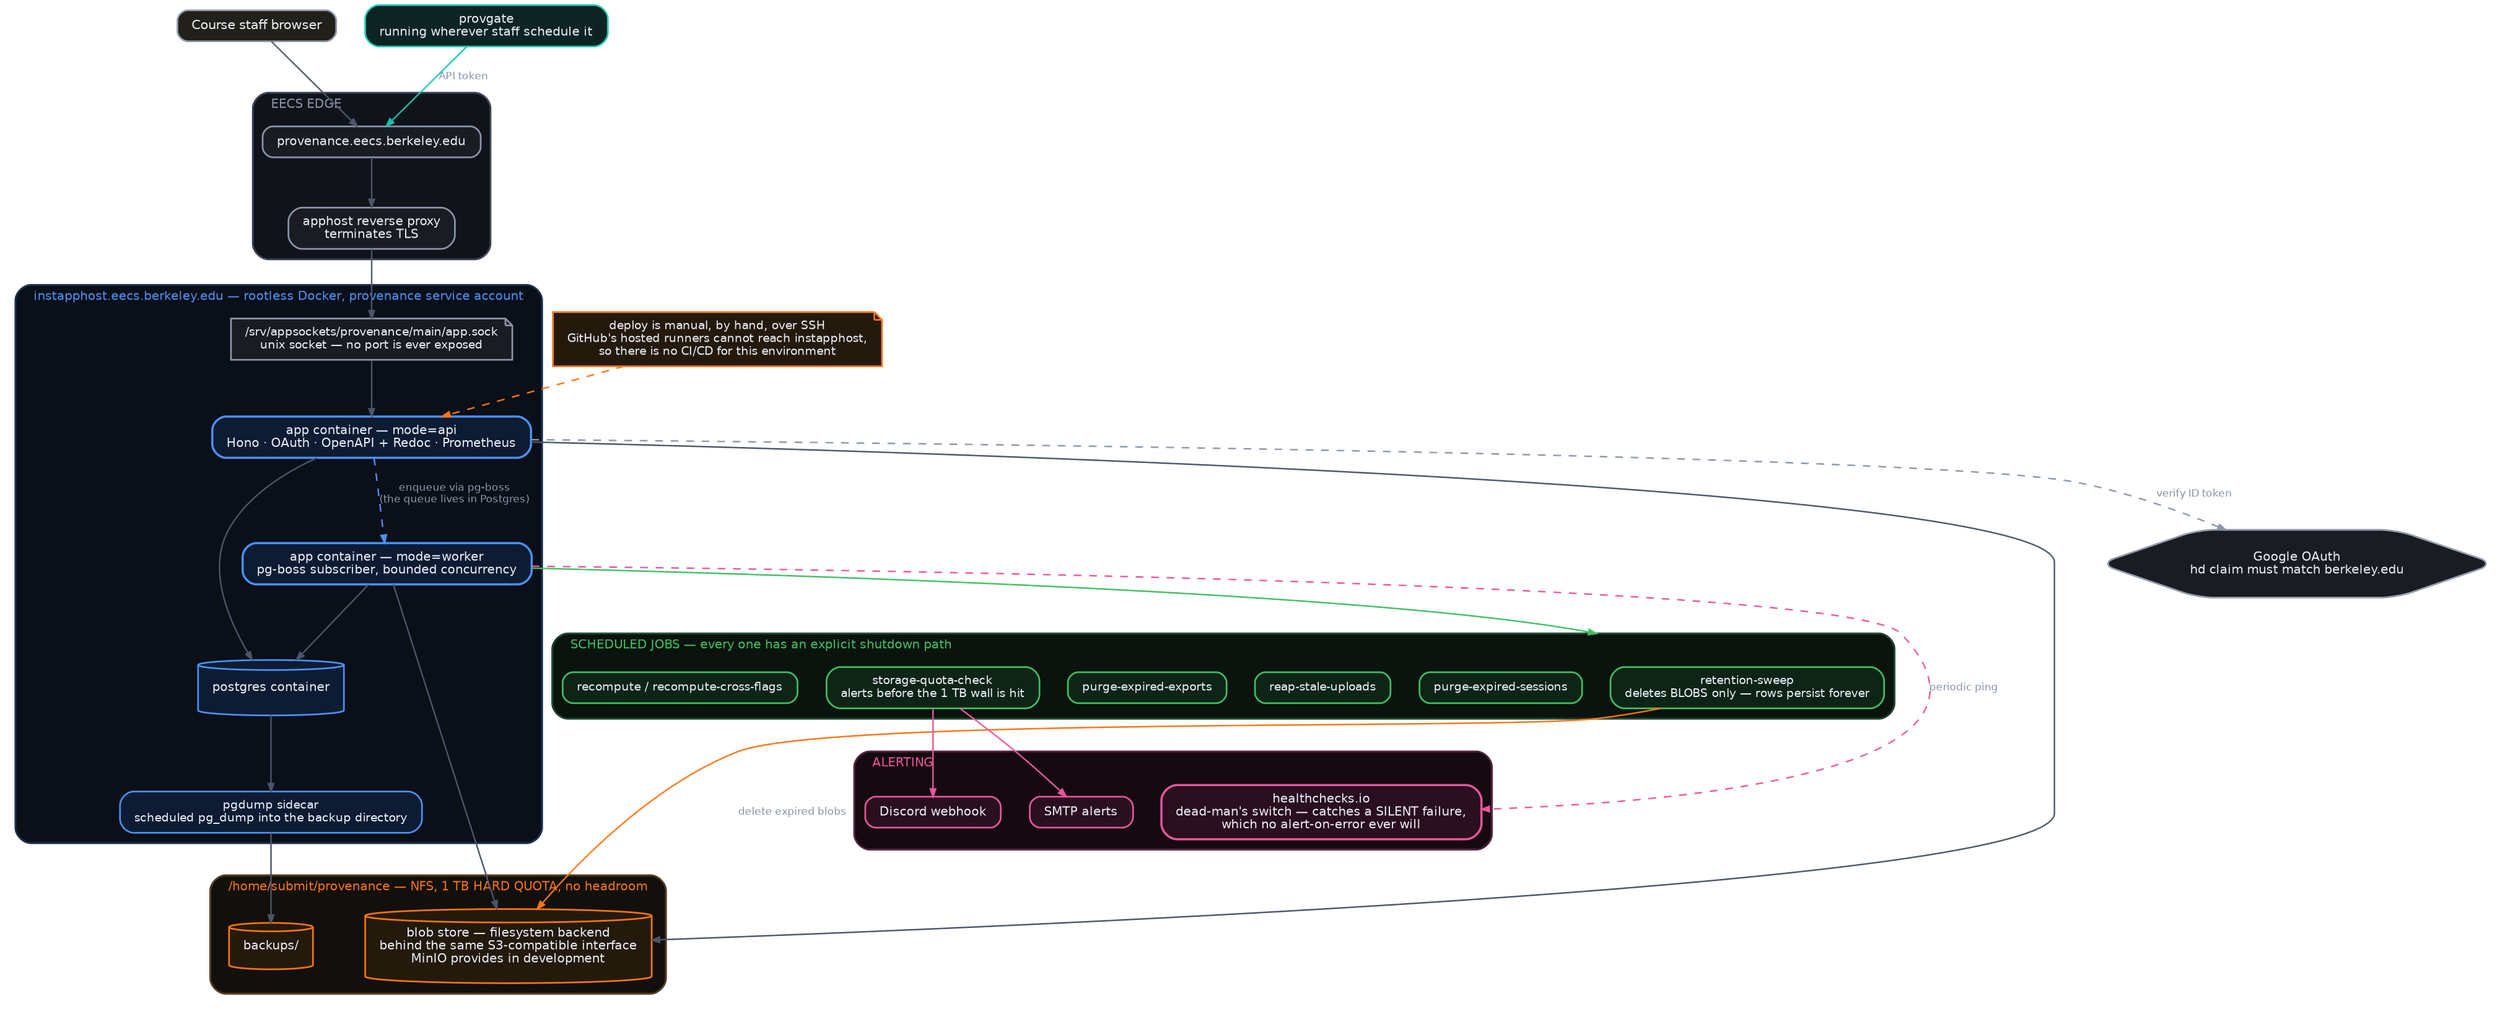
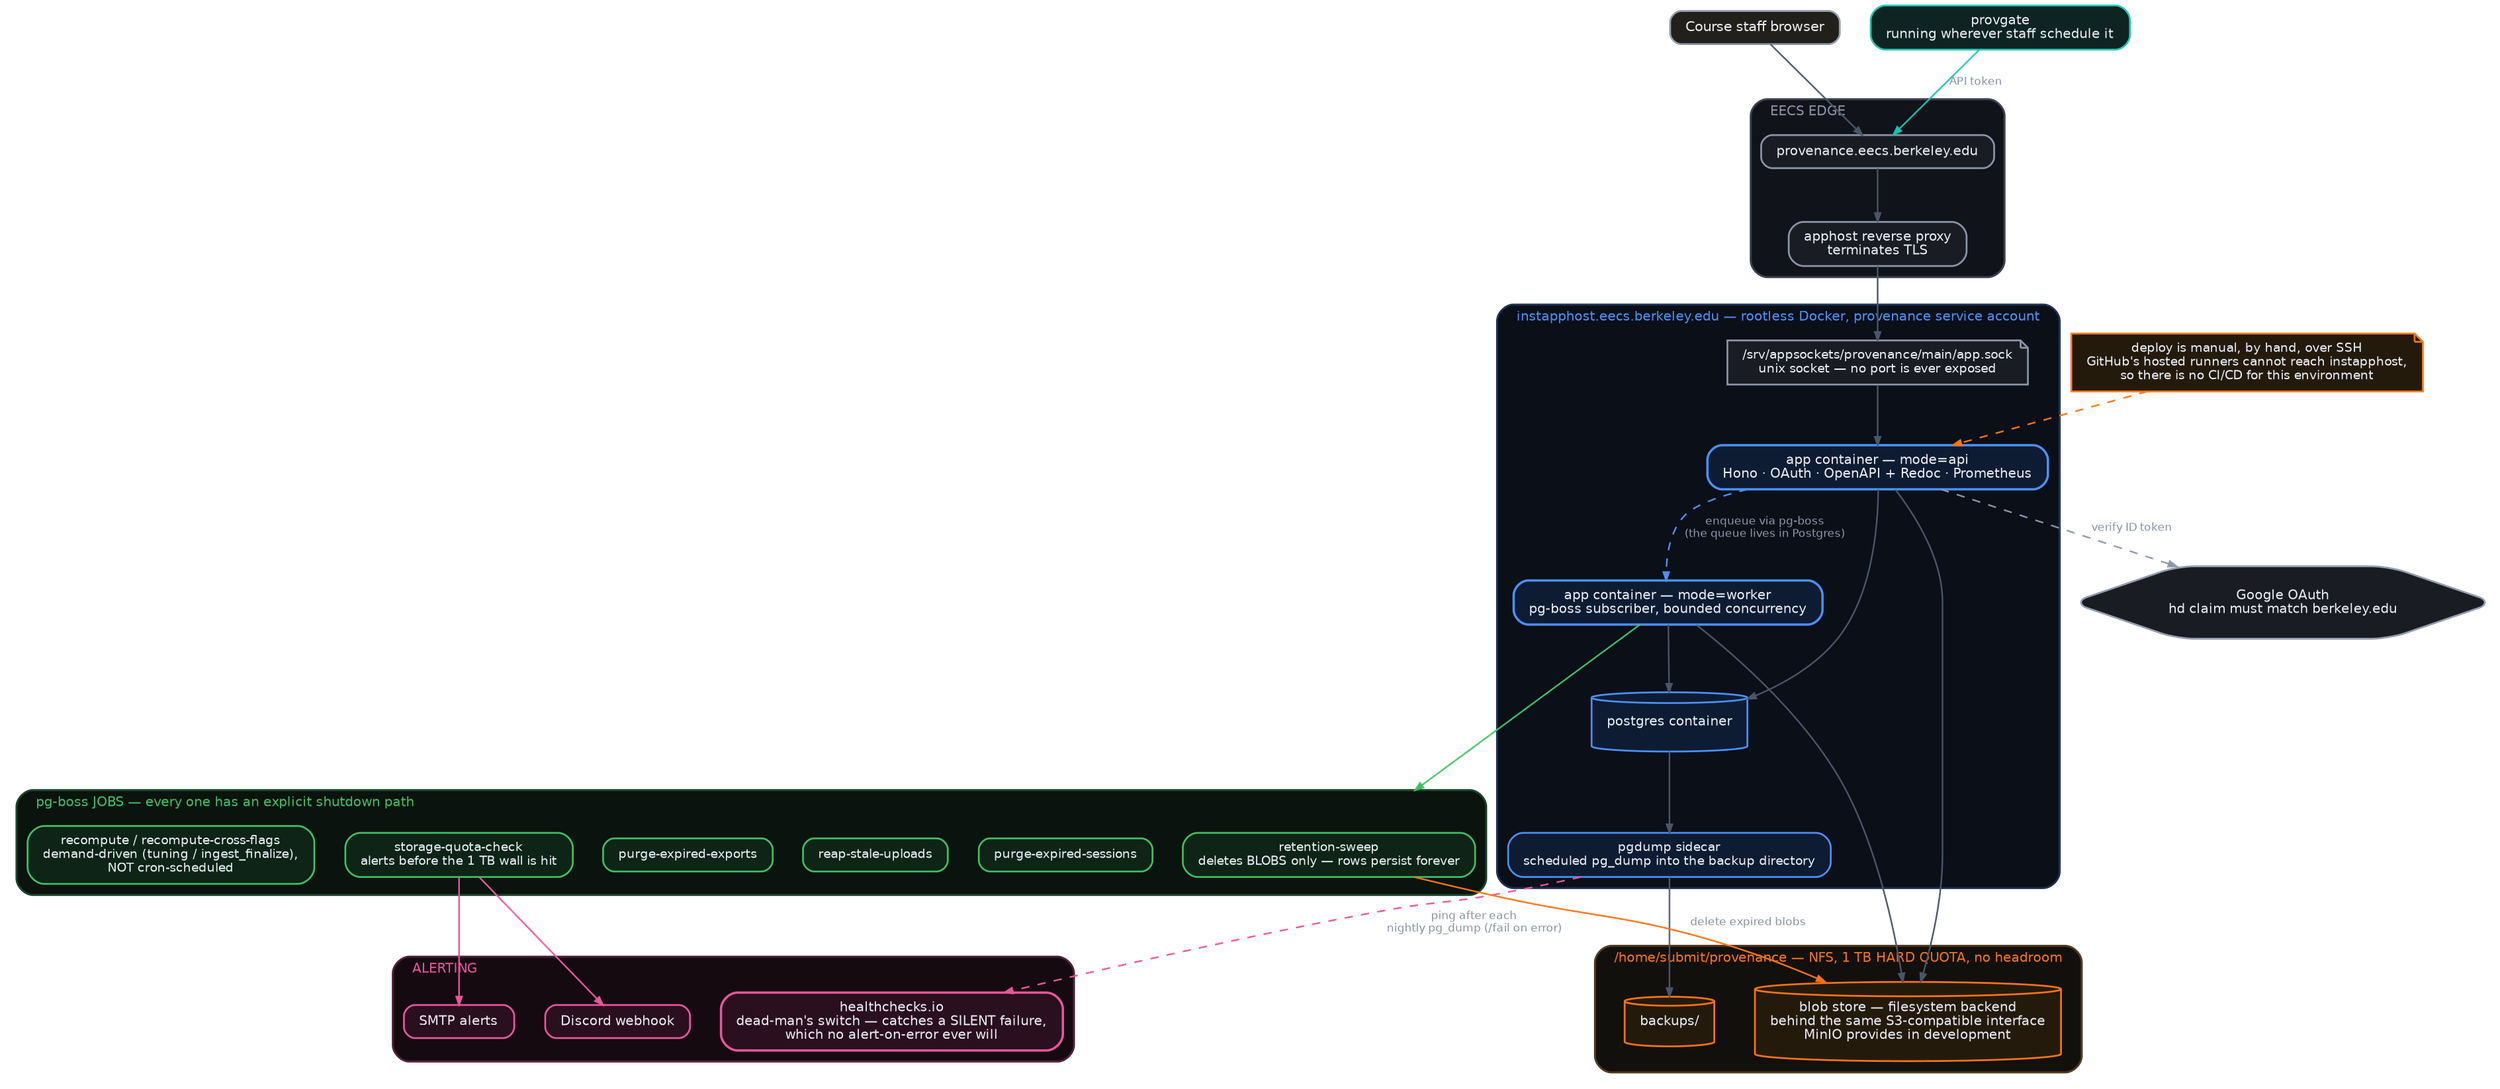
digraph deploy {
  bgcolor="transparent" rankdir=TB splines=spline compound=true
  nodesep=0.30 ranksep=0.52 fontname="Helvetica"
  node [shape=box style="filled,rounded" fontname="Helvetica" fontsize=10
        fontcolor="#e8ecf4" fillcolor="#161b26" color="#3a4457" penwidth=1.3
        margin="0.15,0.08" height=0.34]
  edge [fontname="Helvetica" fontsize=8.2 fontcolor="#8b95a8"
        color="#4a5568" arrowsize=0.6 penwidth=1.15]

  browser [label="Course staff browser" fillcolor="#22201a" color="#8b95a8"]
  gwclient[label="provgate\nrunning wherever staff schedule it"
           fillcolor="#0e2422" color="#17bfae" fontsize=9.5]

  subgraph cluster_edge {
    label="  EECS EDGE  " fontsize=9.5 fontcolor="#8b95a8" color="#333b4a"
    penwidth=1.5 style=rounded bgcolor="#101319" labeljust="l"
    node [fillcolor="#191c22" color="#8b95a8" fontsize=9.5]
    dns  [label="provenance.eecs.berkeley.edu"]
    prox [label="apphost reverse proxy\nterminates TLS"]
  }

  subgraph cluster_host {
    label="  instapphost.eecs.berkeley.edu — rootless Docker, provenance service account  "
    fontsize=9.5 fontcolor="#4b90f7" color="#16294a" penwidth=1.5 style=rounded
    bgcolor="#0a0f18" labeljust="l"
    node [fillcolor="#0d1c33" color="#4b90f7" fontsize=9.5]

    sock [label="/srv/appsockets/provenance/main/app.sock\nunix socket — no port is ever exposed"
          shape=note fillcolor="#191c22" color="#8b95a8" fontsize=9]

    apic [label="app container — mode=api\nHono · OAuth · OpenAPI + Redoc · Prometheus" penwidth=1.7]
    wrkc [label="app container — mode=worker\npg-boss subscriber, bounded concurrency" penwidth=1.7]
    pgc  [label="postgres container" shape=cylinder height=0.6]
    dumpc[label="pgdump sidecar\nscheduled pg_dump into the backup directory" fontsize=9]
  }

  subgraph cluster_nfs {
    label="  /home/submit/provenance — NFS, 1 TB HARD QUOTA, no headroom  "
    fontsize=9.5 fontcolor="#F97316" color="#4a3316" penwidth=1.5 style=rounded
    bgcolor="#12100c" labeljust="l"
    node [fillcolor="#241a0c" color="#F97316" fontsize=9.5]
    blobs [label="blob store — filesystem backend\nbehind the same S3-compatible interface\nMinIO provides in development"
           shape=cylinder height=0.75]
    backs [label="backups/" shape=cylinder height=0.5]
  }

  subgraph cluster_cron {
-     label="  SCHEDULED JOBS — every one has an explicit shutdown path  "
+     label="  pg-boss JOBS — every one has an explicit shutdown path  "
    fontsize=9.5 fontcolor="#3fbf62" color="#153c25" penwidth=1.5 style=rounded
    bgcolor="#0a130d" labeljust="l"
    node [fillcolor="#0d2416" color="#3fbf62" fontsize=9]
    j1 [label="retention-sweep\ndeletes BLOBS only — rows persist forever"]
    j2 [label="purge-expired-sessions"]
    j3 [label="reap-stale-uploads"]
    j4 [label="purge-expired-exports"]
    j5 [label="storage-quota-check\nalerts before the 1 TB wall is hit"]
-     j6 [label="recompute / recompute-cross-flags"]
+     j6 [label="recompute / recompute-cross-flags\ndemand-driven (tuning / ingest_finalize),\nNOT cron-scheduled"]
  }

  subgraph cluster_alert {
    label="  ALERTING  " fontsize=9.5 fontcolor="#e8559c" color="#4a1b35"
    penwidth=1.5 style=rounded bgcolor="#150a10" labeljust="l"
    node [fillcolor="#2a0f1e" color="#e8559c" fontsize=9.5]
    disc [label="Discord webhook"]
    smtp [label="SMTP alerts"]
    hchk [label="healthchecks.io\ndead-man's switch — catches a SILENT failure,\nwhich no alert-on-error ever will" penwidth=1.7]
  }

  goog [label="Google OAuth\nhd claim must match berkeley.edu"
        shape=hexagon fillcolor="#191c22" color="#8b95a8" fontsize=9.5]

  deploy [label="deploy is manual, by hand, over SSH\nGitHub's hosted runners cannot reach instapphost,\nso there is no CI/CD for this environment"
          shape=note fillcolor="#241a0c" color="#F97316" fontsize=9]

  browser -> dns
  gwclient -> dns [label="API token" color="#17bfae"]
  dns -> prox
  prox -> sock
  sock -> apic
  apic -> goog [label="verify ID token" color="#8b95a8" style=dashed]
  apic -> pgc
  wrkc -> pgc
  apic -> wrkc [label="enqueue via pg-boss\n(the queue lives in Postgres)" color="#4b90f7" style=dashed]
  apic -> blobs
  wrkc -> blobs
  pgc -> dumpc
  dumpc -> backs
  wrkc -> j1 [lhead=cluster_cron color="#3fbf62"]
  j5 -> disc [color="#e8559c"]
  j5 -> smtp [color="#e8559c"]
-   wrkc -> hchk [label="periodic ping" color="#e8559c" style=dashed]
+   dumpc -> hchk [label="ping after each\nnightly pg_dump (/fail on error)" color="#e8559c" style=dashed]
  j1 -> blobs [label="delete expired blobs" color="#F97316" constraint=false]
  deploy -> apic [style=dashed color="#F97316"]
}
